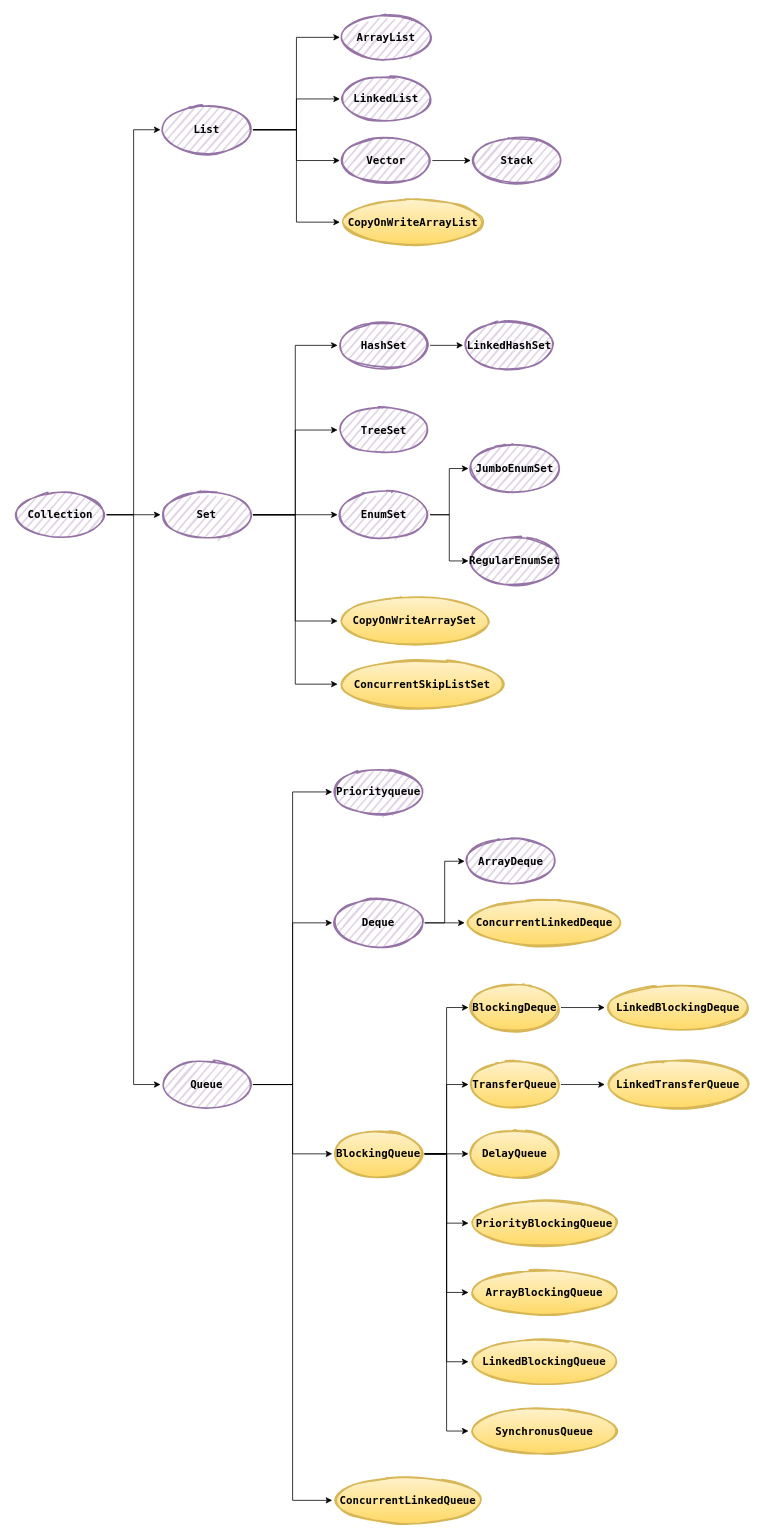
Before: 集合.drawio in caitai/draw.io, a draw.io diagram. Source tidied: cells renumbered, new cells numbered last; positions are measured from the earlier drawing's top-left corner, leaving out a move shared by most shapes. Both pictures are drawn from the tidied source at 77%, with x=0, y=0 at pixel (14, 14).
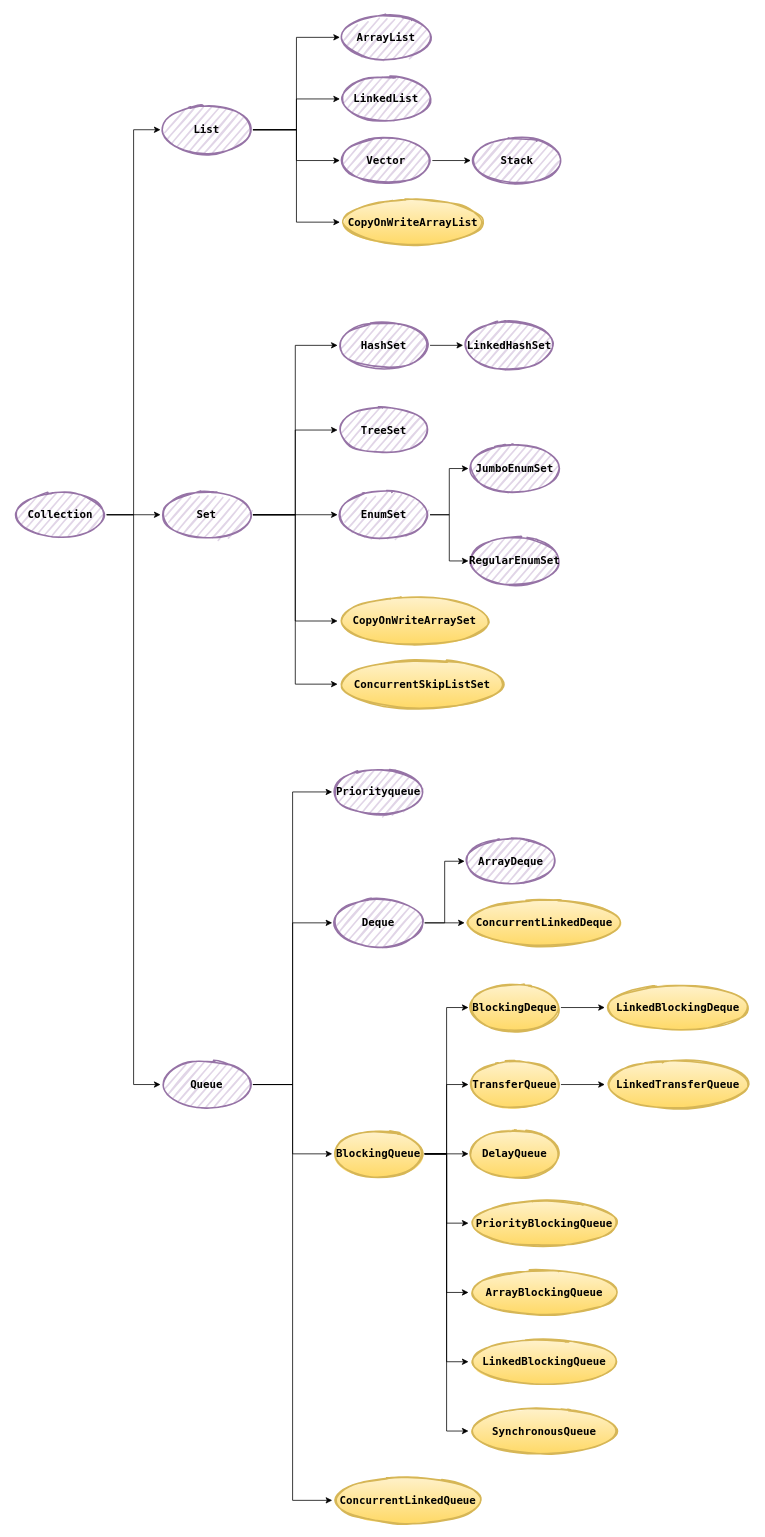
The same page after the edit.

Change to the diagram source:
```diff
@@
-    <mxCell id="59" value="&lt;span style=&quot;font-size: 14px;&quot;&gt;&lt;b style=&quot;&quot;&gt;&lt;font face=&quot;Lucida Console&quot;&gt;SynchronusQueue&lt;/font&gt;&lt;/b&gt;&lt;/span&gt;" style="ellipse;whiteSpace=wrap;html=1;strokeWidth=2;fillWeight=2;hachureGap=8;fillColor=#fff2cc;fillStyle=dots;sketch=1;strokeColor=#d6b656;gradientColor=#ffd966;" parent="1" vertex="1">
+    <mxCell id="59" value="&lt;span style=&quot;font-size: 14px;&quot;&gt;&lt;b style=&quot;&quot;&gt;&lt;font face=&quot;Lucida Console&quot;&gt;SynchronousQueue&lt;/font&gt;&lt;/b&gt;&lt;/span&gt;" style="ellipse;whiteSpace=wrap;html=1;strokeWidth=2;fillWeight=2;hachureGap=8;fillColor=#fff2cc;fillStyle=dots;sketch=1;strokeColor=#d6b656;gradientColor=#ffd966;" parent="1" vertex="1">
       <mxGeometry x="590" y="1810" width="197" height="60" as="geometry" />
     </mxCell>
```
